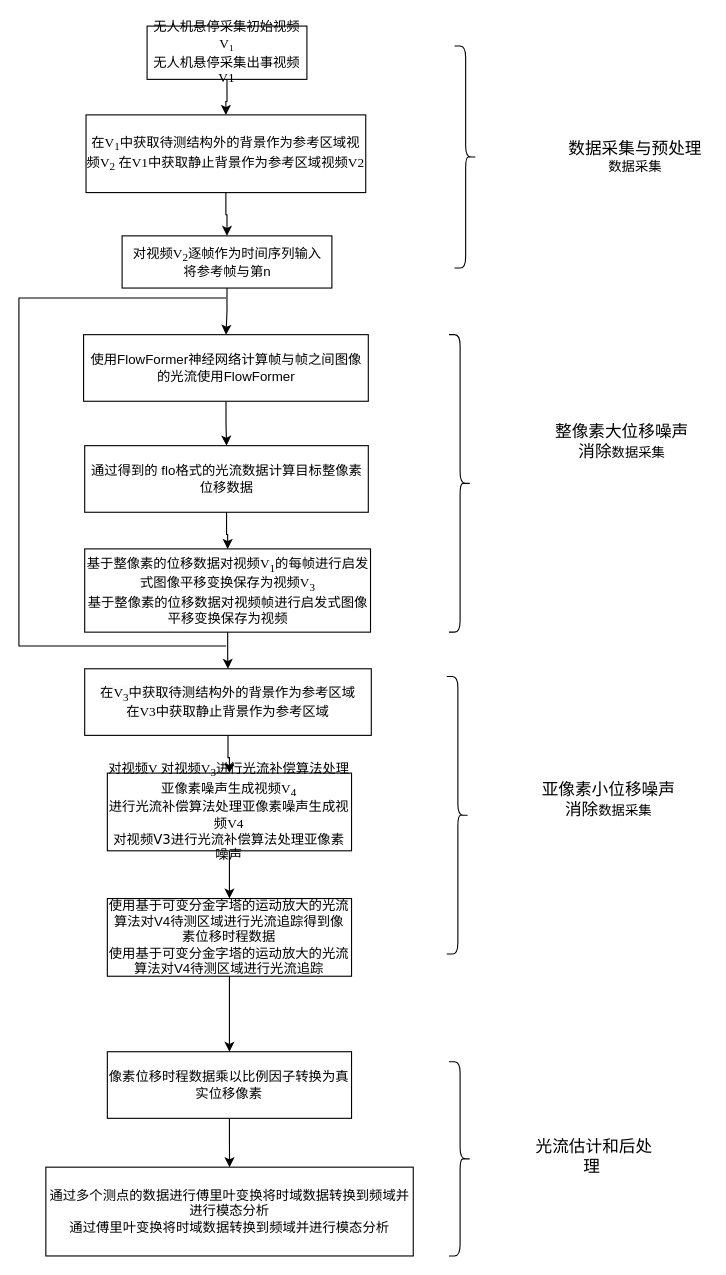
The draw.io diagram 专利流程图.drawio in ZWJ5656588/uml, before the edit. Source tidied: cells renumbered, new cells numbered last; positions are measured from the earlier drawing's top-left corner, leaving out a move shared by most shapes. Both pictures are drawn from the tidied source at 111%, with x=0, y=0 at pixel (-52, 26).
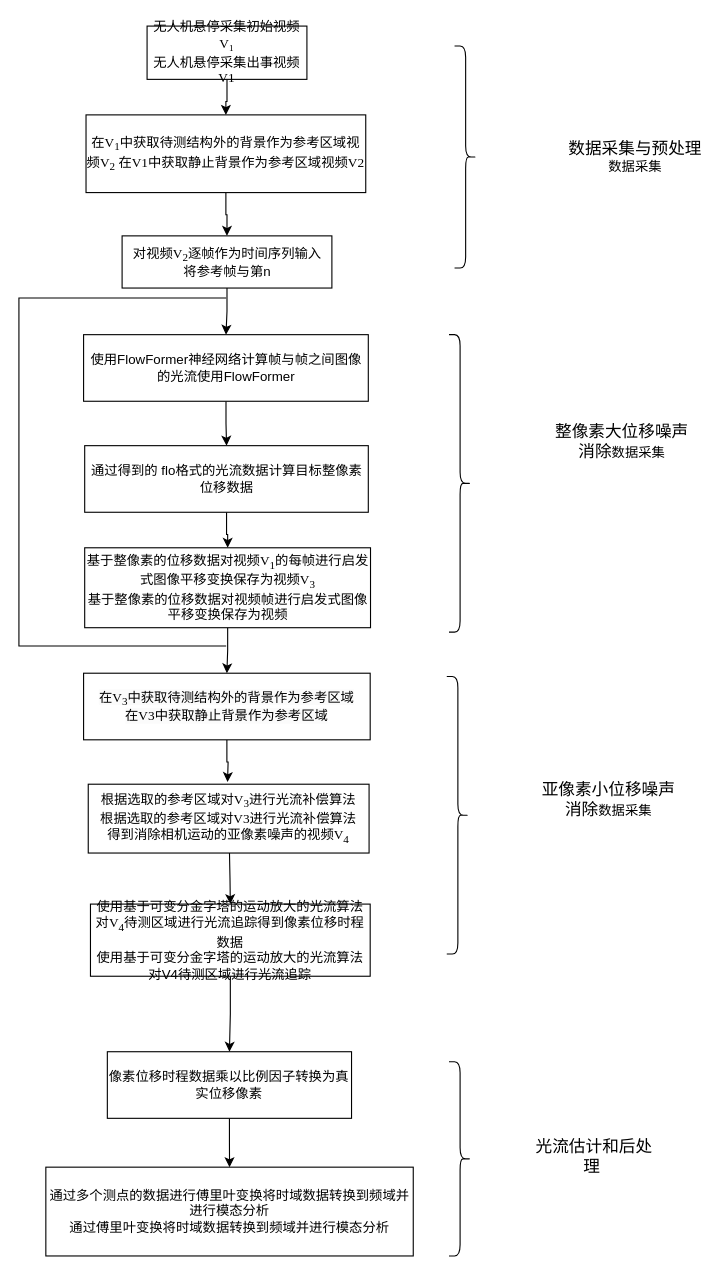
The same diagram, later.

Commit message:
Update 专利流程图.drawio

Change to the diagram source:
```diff
@@
     <mxCell id="14" value="&lt;font face=&quot;Times New Roman&quot;&gt;基于整像素的位移数据对视频V&lt;sub&gt;1&lt;/sub&gt;的每帧进行启发式图像平移变换保存为视频V&lt;sub&gt;3&lt;/sub&gt;&lt;/font&gt;&lt;font class=&quot;__Cici__translate__ __Cici_translate_similar_text_content__&quot;&gt;&lt;font style=&quot;display: none;&quot; class=&quot;__Cici_translate_origin_node__&quot;&gt;基于整像素的位移数据对视频帧进行启发式图像平移变换保存为视频&lt;/font&gt;&lt;font style=&quot;display: block;&quot; class=&quot;__Cici_translate_translated_inject_node__ __Cici_translate_need_wrapper__&quot;&gt;&lt;span&gt;基于整像素的位移数据对视频帧进行启发式图像平移变换保存为视频&lt;/span&gt;&lt;/font&gt;&lt;/font&gt;" style="rounded=0;whiteSpace=wrap;html=1;" parent="1" vertex="1">
-      <mxGeometry x="122.8" y="471" width="257.5" height="75" as="geometry" />
+      <mxGeometry x="122.8" y="470" width="257.5" height="72" as="geometry" />
     </mxCell>
-    <mxCell id="15" style="edgeStyle=orthogonalEdgeStyle;rounded=0;jettySize=auto;html=1;" parent="1" edge="1" source="16" target="20">
-      <mxGeometry relative="1" as="geometry" />
+    <mxCell id="15" style="edgeStyle=orthogonalEdgeStyle;rounded=0;jettySize=auto;html=1;" parent="1" edge="1" target="20">
+      <mxGeometry relative="1" as="geometry">
+        <mxPoint x="253.2" y="743" as="sourcePoint" />
+      </mxGeometry>
     </mxCell>
-    <mxCell id="16" value="&lt;div style=&quot;&quot;&gt;&lt;span style=&quot;font-family: &amp;quot;Times New Roman&amp;quot;; background-color: initial;&quot;&gt;对视频V&lt;font class=&quot;__Cici__translate__ __Cici_translate_similar_text_content__&quot;&gt;&lt;font style=&quot;display: none;&quot; class=&quot;__Cici_translate_origin_node__&quot;&gt;对视频V&lt;/font&gt; &lt;font style=&quot;display: inline-block;&quot; class=&quot;__Cici_translate_translated_inject_node__&quot;&gt;&lt;span&gt;对视频V&lt;/span&gt;&lt;/font&gt;&lt;/font&gt;&lt;/span&gt;&lt;sub style=&quot;font-family: &amp;quot;Times New Roman&amp;quot;; background-color: initial;&quot;&gt;3&lt;/sub&gt;&lt;span style=&quot;background-color: initial; font-family: &amp;quot;Times New Roman&amp;quot;;&quot;&gt;进行光流补偿算法处理亚像素噪声生成视频V&lt;sub&gt;4&lt;font class=&quot;__Cici__translate__&quot;&gt;&lt;font style=&quot;display: none;&quot; class=&quot;__Cici_translate_origin_node__&quot;&gt;进行光流补偿算法处理亚像素噪声生成视频V4&lt;/font&gt;&lt;font style=&quot;display: inline-block;&quot; class=&quot;__Cici_translate_loading__&quot;&gt;&lt;i&gt;&lt;/i&gt;&lt;/font&gt;&lt;/font&gt;&lt;/sub&gt;&lt;/span&gt;&lt;/div&gt;&lt;font face=&quot;Times New Roman&quot;&gt;&lt;div style=&quot;&quot;&gt;&lt;span style=&quot;background-color: initial;&quot;&gt;&lt;font class=&quot;__Cici__translate__ __Cici_translate_similar_text_content__&quot;&gt;&lt;font style=&quot;display: none;&quot; class=&quot;__Cici_translate_origin_node__&quot;&gt;进行光流补偿算法处理亚像素噪声生成视频V4&lt;/font&gt;&lt;font style=&quot;display: block;&quot; class=&quot;__Cici_translate_translated_inject_node__ __Cici_translate_need_wrapper__&quot;&gt;&lt;span&gt;进行光流补偿算法处理亚像素噪声生成视频V4&lt;/span&gt;&lt;/font&gt;&lt;/font&gt;&lt;/span&gt;&lt;/div&gt;&lt;/font&gt;&lt;font style=&quot;font-family: Verdana;&quot; class=&quot;__Cici__translate__ __Cici_translate_similar_text_content__&quot;&gt;&lt;font style=&quot;display: none;&quot; class=&quot;__Cici_translate_origin_node__&quot;&gt;对视频V3进行光流补偿算法处理亚像素噪声&lt;/font&gt;&lt;font style=&quot;display: inline-block;&quot; class=&quot;__Cici_translate_translated_inject_node__&quot;&gt;&lt;span&gt;对视频V3进行光流补偿算法处理亚像素噪声&lt;/span&gt;&lt;/font&gt;&lt;/font&gt;" style="rounded=0;whiteSpace=wrap;html=1;" parent="1" vertex="1">
-      <mxGeometry x="143.2" y="673" width="220" height="70" as="geometry" />
-    </mxCell>
-    <mxCell id="17" style="edgeStyle=orthogonalEdgeStyle;rounded=0;jettySize=auto;html=1;" parent="1" edge="1" source="18" target="16">
-      <mxGeometry relative="1" as="geometry" />
-    </mxCell>
+    <mxCell id="32" style="edgeStyle=orthogonalEdgeStyle;rounded=0;jettySize=auto;html=1;" parent="1" edge="1" source="18">
+      <mxGeometry relative="1" as="geometry">
+        <mxPoint x="251.5" y="681" as="targetPoint" />
+      </mxGeometry>
+    </mxCell>
     <mxCell id="18" value="&lt;br&gt;&lt;span style=&quot;color: rgb(0, 0, 0); font-family: &amp;quot;Times New Roman&amp;quot;; font-size: 12px; font-style: normal; font-variant-ligatures: normal; font-variant-caps: normal; font-weight: 400; letter-spacing: normal; orphans: 2; text-align: center; text-indent: 0px; text-transform: none; widows: 2; word-spacing: 0px; -webkit-text-stroke-width: 0px; white-space: normal; background-color: rgb(251, 251, 251); text-decoration-thickness: initial; text-decoration-style: initial; text-decoration-color: initial; display: inline !important; float: none;&quot;&gt;在V&lt;sub&gt;3&lt;/sub&gt;中获取待测结构外的背景作为参考区域&lt;font class=&quot;__Cici__translate__ __Cici_translate_similar_text_content__&quot;&gt;&lt;font style=&quot;display: none;&quot; class=&quot;__Cici_translate_origin_node__&quot;&gt;在V&lt;sub&gt;3&lt;/sub&gt;中获取静止背景作为参考区域&lt;/font&gt;&lt;font style=&quot;display: inline-block;&quot; class=&quot;__Cici_translate_translated_inject_node__&quot;&gt;&lt;span&gt;在V3中获取静止背景作为参考区域&lt;/span&gt;&lt;/font&gt;&lt;/font&gt;&lt;/span&gt;&lt;div&gt;&lt;br&gt;&lt;/div&gt;" style="rounded=0;whiteSpace=wrap;html=1;" parent="1" vertex="1">
-      <mxGeometry x="122.8" y="579" width="258.2" height="60" as="geometry" />
+      <mxGeometry x="121.8" y="583" width="258.2" height="60" as="geometry" />
     </mxCell>
@@
-    <mxCell id="20" value="&lt;font face=&quot;Times New Roman&quot;&gt;使用基于&lt;/font&gt;&lt;font style=&quot;background-color: initial;&quot; face=&quot;M3rHPRTttsDQLHMKlIXt&quot;&gt;可变分金字塔的运动放大的光流算法对V4待测区域进行光流追&lt;/font&gt;&lt;span style=&quot;background-color: initial;&quot;&gt;踪得到像素位移时程数据&lt;/span&gt;&lt;font class=&quot;__Cici__translate__ __Cici_translate_similar_text_content__&quot;&gt;&lt;font style=&quot;display: none;&quot; class=&quot;__Cici_translate_origin_node__&quot;&gt;&lt;font face=&quot;Times New Roman&quot;&gt;使用基于&lt;/font&gt;&lt;font style=&quot;background-color: initial;&quot; face=&quot;M3rHPRTttsDQLHMKlIXt&quot;&gt;可变分金字塔的运动放大的光流算法对V4待测区域进行光流追&lt;/font&gt;&lt;span style=&quot;background-color: initial;&quot;&gt;踪&lt;/span&gt;&lt;/font&gt;&lt;font style=&quot;display: block;&quot; class=&quot;__Cici_translate_translated_inject_node__ __Cici_translate_need_wrapper__&quot;&gt;&lt;span&gt;使用基于可变分金字塔的运动放大的光流算法对V4待测区域进行光流追踪&lt;/span&gt;&lt;/font&gt;&lt;/font&gt;" style="rounded=0;whiteSpace=wrap;html=1;" parent="1" vertex="1">
-      <mxGeometry x="143.2" y="786" width="220" height="70" as="geometry" />
+    <mxCell id="20" value="&lt;font face=&quot;Times New Roman&quot;&gt;使用基于&lt;font style=&quot;background-color: initial;&quot;&gt;可变分金字塔的运动放大的光流算法对V&lt;sub&gt;4&lt;/sub&gt;待测区域进行光流追&lt;/font&gt;&lt;/font&gt;&lt;span style=&quot;background-color: initial;&quot;&gt;&lt;font face=&quot;rweN1SNauHQMGd4krrAq&quot;&gt;踪得到像素位移时程数&lt;/font&gt;据&lt;/span&gt;&lt;font class=&quot;__Cici__translate__ __Cici_translate_similar_text_content__&quot;&gt;&lt;font style=&quot;display: none;&quot; class=&quot;__Cici_translate_origin_node__&quot;&gt;&lt;font face=&quot;Times New Roman&quot;&gt;使用基于&lt;/font&gt;&lt;font style=&quot;background-color: initial;&quot; face=&quot;M3rHPRTttsDQLHMKlIXt&quot;&gt;可变分金字塔的运动放大的光流算法对V4待测区域进行光流追&lt;/font&gt;&lt;span style=&quot;background-color: initial;&quot;&gt;踪&lt;/span&gt;&lt;/font&gt;&lt;font style=&quot;display: block;&quot; class=&quot;__Cici_translate_translated_inject_node__ __Cici_translate_need_wrapper__&quot;&gt;&lt;span&gt;使用基于可变分金字塔的运动放大的光流算法对V4待测区域进行光流追踪&lt;/span&gt;&lt;/font&gt;&lt;/font&gt;" style="rounded=0;whiteSpace=wrap;html=1;" parent="1" vertex="1">
+      <mxGeometry x="128" y="791" width="252" height="65" as="geometry" />
     </mxCell>
@@
+    <mxCell id="33" value="&lt;font face=&quot;Times New Roman&quot;&gt;根据选取的参考区域对V&lt;sub style=&quot;&quot;&gt;3&lt;/sub&gt;进行光流补偿算法&lt;font class=&quot;__Cici__translate__ __Cici_translate_similar_text_content__&quot;&gt;&lt;font style=&quot;display: none;&quot; class=&quot;__Cici_translate_origin_node__&quot;&gt;根据选取的参考区域对V&lt;sub style=&quot;&quot;&gt;3&lt;/sub&gt;进行光流补偿算法&lt;/font&gt; &lt;font style=&quot;display: inline-block;&quot; class=&quot;__Cici_translate_translated_inject_node__&quot;&gt;&lt;span&gt;根据选取的参考区域对V3进行光流补偿算法&lt;/span&gt;&lt;/font&gt;&lt;/font&gt;&lt;/font&gt;&lt;div&gt;&lt;font face=&quot;cYyLVqvPSQjDSF9pOBt-&quot;&gt;得到消除相机运动的亚像素噪声的视频&lt;/font&gt;&lt;font face=&quot;Times New Roman&quot;&gt;V&lt;sub style=&quot;&quot;&gt;4&lt;font class=&quot;__Cici__translate__&quot;&gt;&lt;font style=&quot;display: none;&quot; class=&quot;__Cici_translate_origin_node__&quot;&gt;4&lt;/font&gt;&lt;/font&gt;&lt;/sub&gt;&lt;/font&gt;&lt;/div&gt;" style="rounded=0;whiteSpace=wrap;html=1;" parent="1" vertex="1">
+      <mxGeometry x="126" y="683" width="253" height="62" as="geometry" />
+    </mxCell>
```
